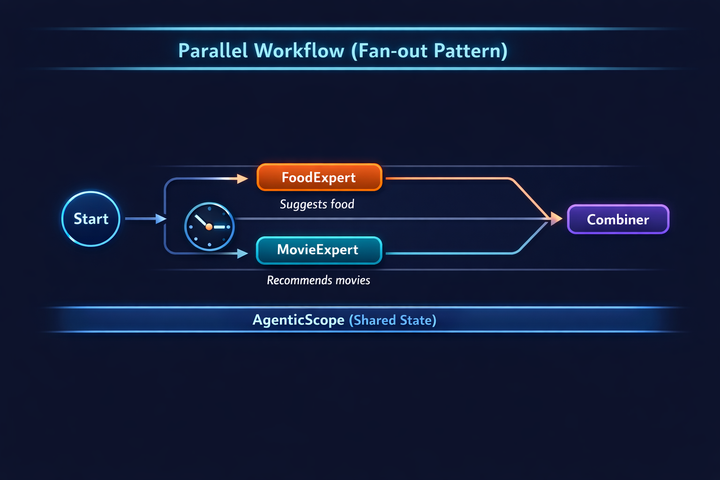
roryp/matrixagents keeps this PlantUML diagram as docs/pattern-parallel.png. Above is the earlier version. Its source is kept beside it as docs/pattern-parallel.puml.
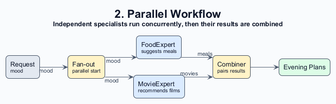
After the commit.

What changed in the source:
```diff
@@ -1,17 +1,22 @@
-@startuml parallel
-!theme plain
-skinparam backgroundColor #FFFFFF
+@startuml pattern-parallel
+!include pattern-theme.puml
 
-title Parallel Pattern (Fan-out)
+title 2. Parallel Workflow\n<size:14>Independent specialists run concurrently, then their results are combined</size>
 
-rectangle "Input\n(mood)" as par_in #LightGreen
-rectangle "Food\nExpert" as par1 #LightGreen
-rectangle "Movie\nExpert" as par2 #LightGreen
-rectangle "Evening\nPlans" as par_out #LightGreen
+left to right direction
 
-par_in --> par1
-par_in --> par2
-par1 --> par_out
-par2 --> par_out
+rectangle "Request\n<size:11>mood</size>" as input #E2E8F0
+rectangle "Fan-out\n<size:11>parallel start</size>" as start #FEF3C7
+rectangle "FoodExpert\n<size:11>suggests meals</size>" as food #DBEAFE
+rectangle "MovieExpert\n<size:11>recommends films</size>" as movie #DBEAFE
+rectangle "Combiner\n<size:11>pairs results</size>" as combiner #FEF3C7
+rectangle "Evening Plans" as output #DCFCE7
+
+input --> start : mood
+start --> food : mood
+start --> movie : mood
+food --> combiner : meals
+movie --> combiner : movies
+combiner --> output
 
 @enduml
```
